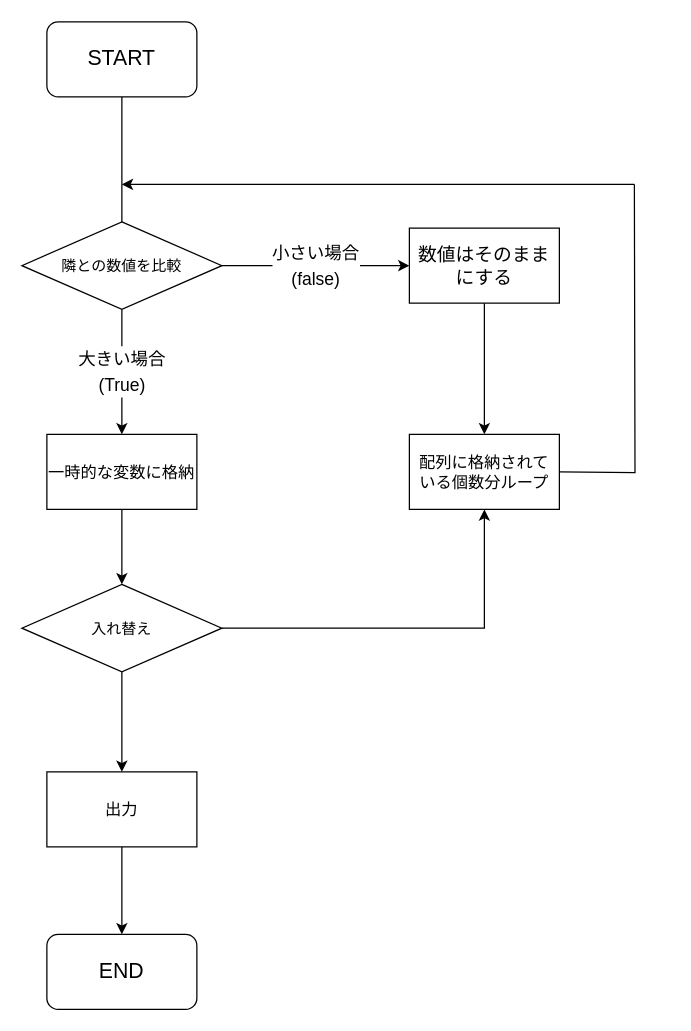
Before: binary_search.drawio in kansai-gamer/todays-code, a draw.io diagram. Source tidied: cells renumbered, new cells numbered last; positions are measured from the earlier drawing's top-left corner, leaving out a move shared by most shapes. Both pictures are drawn from the tidied source at 125%, with x=0, y=0 at pixel (21, 21).
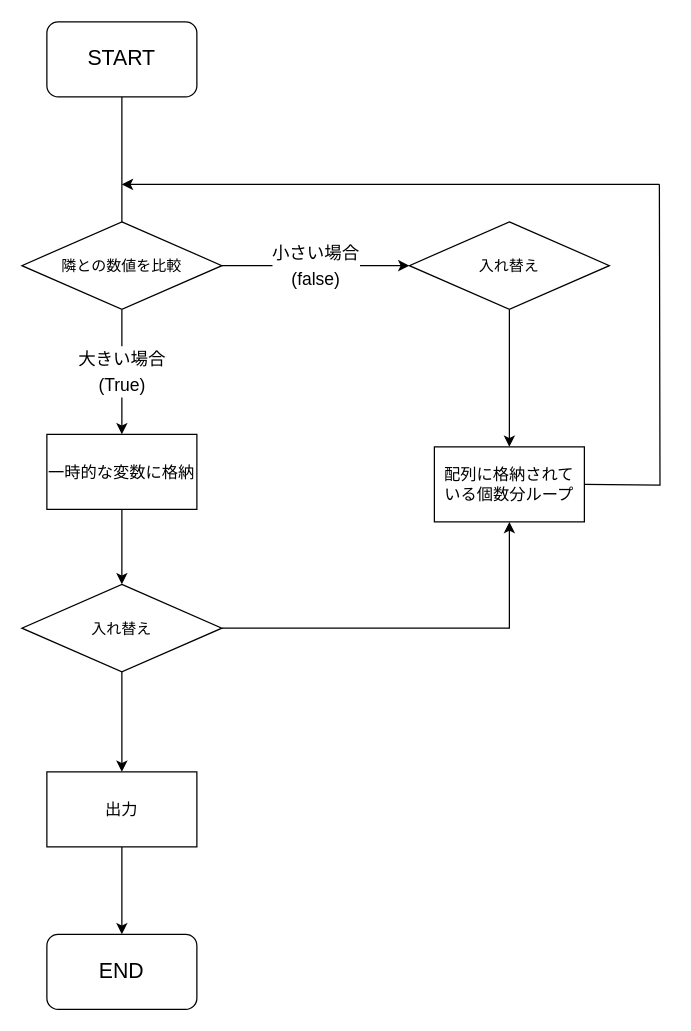
The same diagram, later.

Unchanged cells that the change refers to:
```xml
<mxCell id="6" value="&lt;font style=&quot;font-size: 12px&quot;&gt;隣との数値を比較&lt;/font&gt;" style="rhombus;whiteSpace=wrap;html=1;fontSize=17;" parent="1" vertex="1">
  <mxGeometry y="160" width="160" height="70" as="geometry" />
</mxCell>
```

Diff of the diagram source:
```diff
@@
-    <mxCell id="4" value="&lt;font style=&quot;font-size: 14px&quot;&gt;小さい場合&lt;br&gt;(false)&lt;/font&gt;" style="edgeStyle=orthogonalEdgeStyle;rounded=0;jettySize=auto;html=1;entryX=0;entryY=0.5;entryDx=0;entryDy=0;fontSize=17;exitX=1;exitY=0.5;exitDx=0;exitDy=0;" parent="1" edge="1" source="6" target="8">
-      <mxGeometry relative="1" as="geometry" />
+    <mxCell id="4" value="&lt;font style=&quot;font-size: 14px&quot;&gt;小さい場合&lt;br&gt;(false)&lt;/font&gt;" style="edgeStyle=orthogonalEdgeStyle;rounded=0;jettySize=auto;html=1;entryX=0;entryY=0.5;entryDx=0;entryDy=0;fontSize=17;exitX=1;exitY=0.5;exitDx=0;exitDy=0;" parent="1" edge="1" source="6">
+      <mxGeometry relative="1" as="geometry">
+        <mxPoint x="310" y="195" as="targetPoint" />
+      </mxGeometry>
     </mxCell>
@@
-    <mxCell id="7" style="edgeStyle=orthogonalEdgeStyle;rounded=0;jettySize=auto;html=1;entryX=0.5;entryY=0;entryDx=0;entryDy=0;fontSize=17;" parent="1" edge="1" source="8" target="9">
-      <mxGeometry relative="1" as="geometry" />
-    </mxCell>
-    <mxCell id="8" value="&lt;font style=&quot;font-size: 15px&quot;&gt;数値はそのままにする&lt;/font&gt;" style="rounded=0;whiteSpace=wrap;html=1;fontSize=14;" parent="1" vertex="1">
-      <mxGeometry x="310" y="165" width="120" height="60" as="geometry" />
-    </mxCell>
     <mxCell id="9" value="&lt;div style=&quot;font-size: 13px&quot;&gt;&lt;font style=&quot;font-size: 13px&quot;&gt;配列に格納されて&lt;/font&gt;&lt;/div&gt;&lt;div style=&quot;font-size: 13px&quot;&gt;&lt;font style=&quot;font-size: 13px&quot;&gt;いる個数分ループ&lt;br&gt;&lt;/font&gt;&lt;/div&gt;" style="rounded=0;whiteSpace=wrap;html=1;fontSize=14;" parent="1" vertex="1">
-      <mxGeometry x="310" y="330" width="120" height="60" as="geometry" />
+      <mxGeometry x="330" y="340" width="120" height="60" as="geometry" />
     </mxCell>
     <mxCell id="10" style="edgeStyle=orthogonalEdgeStyle;jumpStyle=arc;orthogonalLoop=1;jettySize=auto;html=1;strokeColor=#000000;verticalAlign=bottom;horizontal=0;fontStyle=0;align=right;labelBackgroundColor=#ffffff;rounded=0;endArrow=none;endFill=0;" parent="1" edge="1">
       <mxGeometry relative="1" as="geometry">
-        <mxPoint x="430" y="360" as="sourcePoint" />
-        <mxPoint x="490" y="130" as="targetPoint" />
+        <mxPoint x="450" y="370" as="sourcePoint" />
+        <mxPoint x="510" y="130" as="targetPoint" />
       </mxGeometry>
     </mxCell>
     <mxCell id="11" style="edgeStyle=orthogonalEdgeStyle;rounded=0;jumpStyle=arc;orthogonalLoop=1;jettySize=auto;html=1;strokeColor=#000000;" parent="1" edge="1">
       <mxGeometry relative="1" as="geometry">
-        <mxPoint x="490" y="130" as="sourcePoint" />
+        <mxPoint x="510" y="130" as="sourcePoint" />
         <mxPoint x="80" y="130" as="targetPoint" />
       </mxGeometry>
     </mxCell>
@@
+    <mxCell id="20" style="edgeStyle=orthogonalEdgeStyle;rounded=0;jettySize=auto;html=1;entryX=0.5;entryY=0;entryDx=0;entryDy=0;fontSize=17;" parent="1" edge="1" source="21" target="9">
+      <mxGeometry relative="1" as="geometry" />
+    </mxCell>
+    <mxCell id="21" value="&lt;span style=&quot;font-size: 12px&quot;&gt;入れ替え&lt;/span&gt;" style="rhombus;whiteSpace=wrap;html=1;fontSize=17;" parent="1" vertex="1">
+      <mxGeometry x="310" y="160" width="160" height="70" as="geometry" />
+    </mxCell>
```
